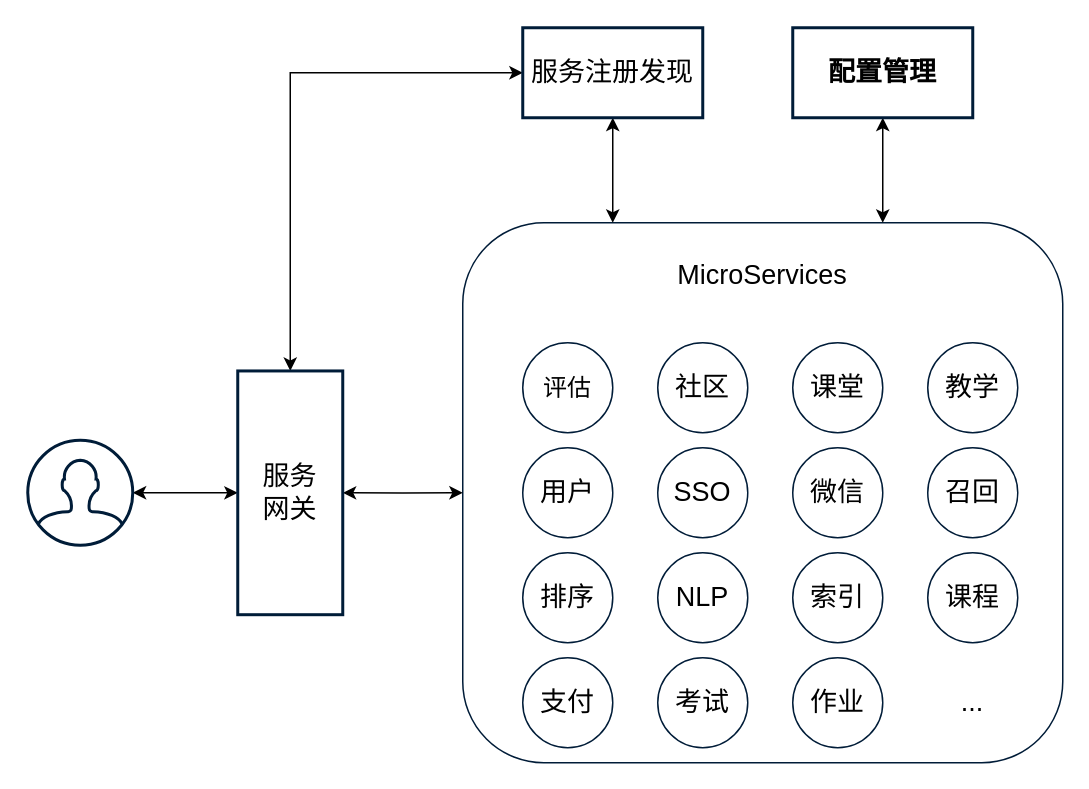
WWj5921/ConfigCenter keeps this draw.io diagram as page "microservice" (4 of 4) of structure.drawio. Above is the earlier version. Source tidied: cells renumbered, new cells numbered last; positions are measured from the earlier drawing's top-left corner, leaving out a move shared by most shapes. Both pictures are drawn from the tidied source at 150%, with x=0, y=0 at pixel (27, 27).
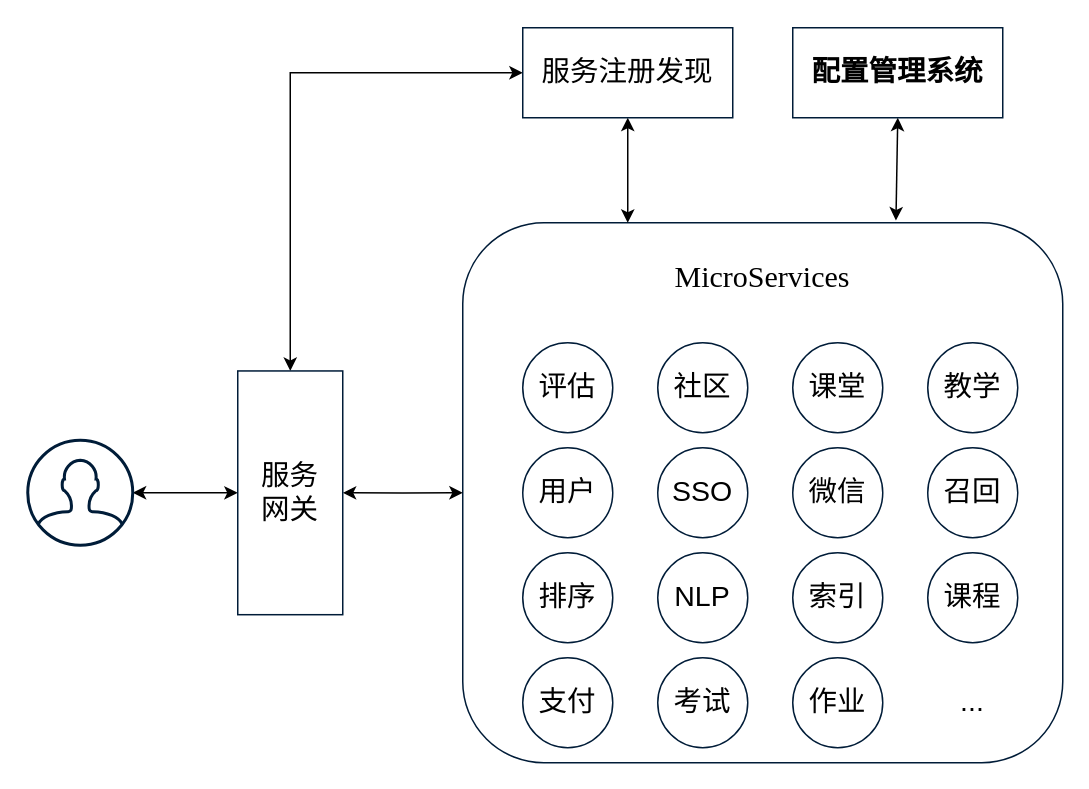
Above is the later version.

Diff of the diagram source:
```diff
@@
-    <mxCell id="2" style="edgeStyle=orthogonalEdgeStyle;rounded=0;jettySize=auto;html=1;entryX=0;entryY=0.5;entryDx=0;entryDy=0;fontSize=18;startArrow=classic;startFill=1;" parent="1" edge="1" source="3" target="11">
+    <mxCell id="2" style="edgeStyle=orthogonalEdgeStyle;rounded=0;jettySize=auto;html=1;entryX=0;entryY=0.5;entryDx=0;entryDy=0;fontSize=18;startArrow=classic;startFill=1;fontFamily=华文宋体;" parent="1" edge="1" source="3" target="11">
       <mxGeometry relative="1" as="geometry" />
     </mxCell>
-    <mxCell id="3" style="html=1;verticalLabelPosition=bottom;align=center;labelBackgroundColor=#ffffff;verticalAlign=top;strokeWidth=2;strokeColor=#001C38;shadow=0;dashed=0;shape=mxgraph.ios7.icons.user;" parent="1" vertex="1">
+    <mxCell id="3" style="html=1;verticalLabelPosition=bottom;align=center;labelBackgroundColor=#ffffff;verticalAlign=top;strokeWidth=2;strokeColor=#001C38;shadow=0;dashed=0;shape=mxgraph.ios7.icons.user;fontFamily=华文宋体;" parent="1" vertex="1">
       <mxGeometry y="275" width="70" height="70" as="geometry" />
     </mxCell>
-    <mxCell id="4" style="rounded=1;whiteSpace=wrap;html=1;strokeColor=#001C38;" parent="1" vertex="1">
+    <mxCell id="4" style="rounded=1;whiteSpace=wrap;html=1;strokeColor=#001C38;fontFamily=华文宋体;" parent="1" vertex="1">
       <mxGeometry x="290" y="130" width="400" height="360" as="geometry" />
     </mxCell>
+    <mxCell id="6" style="edgeStyle=orthogonalEdgeStyle;rounded=0;jettySize=auto;html=1;entryX=0.5;entryY=0;entryDx=0;entryDy=0;fontSize=18;startArrow=classic;startFill=1;fontFamily=华文宋体;" parent="1" edge="1" source="7" target="11">
+      <mxGeometry relative="1" as="geometry" />
+    </mxCell>
-    <mxCell id="5" style="edgeStyle=orthogonalEdgeStyle;rounded=0;jettySize=auto;html=1;exitX=0.5;exitY=1;exitDx=0;exitDy=0;entryX=0.25;entryY=0;entryDx=0;entryDy=0;fontSize=18;startArrow=classic;startFill=1;" parent="1" edge="1" source="7" target="4">
+    <mxCell id="5" style="edgeStyle=none;rounded=0;jettySize=auto;html=1;exitX=0.5;exitY=1;exitDx=0;exitDy=0;entryX=0.275;entryY=0;entryDx=0;entryDy=0;entryPerimeter=0;fontFamily=Times New Roman;fontSize=19;startArrow=classic;startFill=1;endArrow=classic;endFill=1;strokeColor=#000000;strokeWidth=1;" parent="1" edge="1" source="7" target="4">
       <mxGeometry relative="1" as="geometry" />
     </mxCell>
-    <mxCell id="6" style="edgeStyle=orthogonalEdgeStyle;rounded=0;jettySize=auto;html=1;entryX=0.5;entryY=0;entryDx=0;entryDy=0;fontSize=18;startArrow=classic;startFill=1;" parent="1" edge="1" source="7" target="11">
-      <mxGeometry relative="1" as="geometry" />
-    </mxCell>
-    <mxCell id="7" value="&lt;font style=&quot;font-size: 18px&quot;&gt;服务注册发现&lt;/font&gt;" style="rounded=0;whiteSpace=wrap;html=1;strokeColor=#001C38;strokeWidth=2;" parent="1" vertex="1">
-      <mxGeometry x="330" width="120" height="60" as="geometry" />
+    <mxCell id="7" value="&lt;font style=&quot;font-size: 19px;&quot;&gt;服务注册发现&lt;/font&gt;" style="rounded=0;whiteSpace=wrap;html=1;strokeColor=#001C38;strokeWidth=1;fontSize=19;fontFamily=华文宋体;" parent="1" vertex="1">
+      <mxGeometry x="330" width="140" height="60" as="geometry" />
     </mxCell>
-    <mxCell id="8" style="edgeStyle=orthogonalEdgeStyle;rounded=0;jettySize=auto;html=1;entryX=0.7;entryY=0;entryDx=0;entryDy=0;entryPerimeter=0;fontSize=18;startArrow=classic;startFill=1;" parent="1" edge="1" source="9" target="4">
+    <mxCell id="8" style="edgeStyle=none;rounded=0;jettySize=auto;html=1;exitX=0.5;exitY=1;exitDx=0;exitDy=0;entryX=0.722;entryY=-0.004;entryDx=0;entryDy=0;entryPerimeter=0;fontFamily=Times New Roman;fontSize=19;startArrow=classic;startFill=1;endArrow=classic;endFill=1;strokeColor=#000000;strokeWidth=1;" parent="1" edge="1" source="9" target="4">
       <mxGeometry relative="1" as="geometry" />
     </mxCell>
-    <mxCell id="9" value="&lt;font style=&quot;font-size: 18px&quot;&gt;配置管理&lt;/font&gt;" style="rounded=0;whiteSpace=wrap;html=1;strokeColor=#001C38;fontStyle=1;strokeWidth=2;" parent="1" vertex="1">
-      <mxGeometry x="510" width="120" height="60" as="geometry" />
+    <mxCell id="9" value="&lt;font style=&quot;font-size: 19px&quot;&gt;配置管理系统&lt;/font&gt;" style="rounded=0;whiteSpace=wrap;html=1;strokeColor=#001C38;fontStyle=1;strokeWidth=1;fontSize=19;fontFamily=华文宋体;" parent="1" vertex="1">
+      <mxGeometry x="510" width="140" height="60" as="geometry" />
     </mxCell>
-    <mxCell id="10" style="edgeStyle=orthogonalEdgeStyle;rounded=0;jettySize=auto;html=1;exitX=1;exitY=0.5;exitDx=0;exitDy=0;entryX=0;entryY=0.5;entryDx=0;entryDy=0;fontSize=18;startArrow=classic;startFill=1;" parent="1" edge="1" source="11" target="4">
+    <mxCell id="10" style="edgeStyle=orthogonalEdgeStyle;rounded=0;jettySize=auto;html=1;exitX=1;exitY=0.5;exitDx=0;exitDy=0;entryX=0;entryY=0.5;entryDx=0;entryDy=0;fontSize=18;startArrow=classic;startFill=1;fontFamily=华文宋体;" parent="1" edge="1" source="11" target="4">
       <mxGeometry relative="1" as="geometry" />
     </mxCell>
-    <mxCell id="11" value="&lt;font style=&quot;font-size: 18px&quot;&gt;服务&lt;br&gt;网关&lt;/font&gt;" style="rounded=0;whiteSpace=wrap;html=1;strokeColor=#001C38;strokeWidth=2;" parent="1" vertex="1">
+    <mxCell id="11" value="&lt;font style=&quot;font-size: 19px;&quot;&gt;服务&lt;br style=&quot;font-size: 19px;&quot;&gt;网关&lt;/font&gt;" style="rounded=0;whiteSpace=wrap;html=1;strokeColor=#001C38;strokeWidth=1;fontSize=19;fontFamily=华文宋体;" parent="1" vertex="1">
       <mxGeometry x="140" y="228.8" width="70" height="162.5" as="geometry" />
     </mxCell>
-    <mxCell id="12" value="&lt;span style=&quot;font-size: 16px&quot;&gt;评估&lt;/span&gt;" style="ellipse;whiteSpace=wrap;html=1;fontSize=18;strokeColor=#001C38;" parent="1" vertex="1">
+    <mxCell id="12" value="&lt;span style=&quot;font-size: 19px;&quot;&gt;评估&lt;/span&gt;" style="ellipse;whiteSpace=wrap;html=1;fontSize=19;strokeColor=#001C38;fontFamily=华文宋体;" parent="1" vertex="1">
       <mxGeometry x="330" y="210" width="60" height="60" as="geometry" />
     </mxCell>
-    <mxCell id="13" value="社区" style="ellipse;whiteSpace=wrap;html=1;fontSize=18;strokeColor=#001C38;" parent="1" vertex="1">
+    <mxCell id="13" value="社区" style="ellipse;whiteSpace=wrap;html=1;fontSize=19;strokeColor=#001C38;fontFamily=华文宋体;" parent="1" vertex="1">
       <mxGeometry x="420" y="210" width="60" height="60" as="geometry" />
     </mxCell>
-    <mxCell id="14" value="课堂" style="ellipse;whiteSpace=wrap;html=1;fontSize=18;strokeColor=#001C38;" parent="1" vertex="1">
+    <mxCell id="14" value="课堂" style="ellipse;whiteSpace=wrap;html=1;fontSize=19;strokeColor=#001C38;fontFamily=华文宋体;" parent="1" vertex="1">
       <mxGeometry x="510" y="210" width="60" height="60" as="geometry" />
     </mxCell>
-    <mxCell id="15" value="教学" style="ellipse;whiteSpace=wrap;html=1;fontSize=18;strokeColor=#001C38;" parent="1" vertex="1">
+    <mxCell id="15" value="教学" style="ellipse;whiteSpace=wrap;html=1;fontSize=19;strokeColor=#001C38;fontFamily=华文宋体;" parent="1" vertex="1">
       <mxGeometry x="600" y="210" width="60" height="60" as="geometry" />
     </mxCell>
-    <mxCell id="16" value="用户" style="ellipse;whiteSpace=wrap;html=1;fontSize=18;strokeColor=#001C38;" parent="1" vertex="1">
+    <mxCell id="16" value="用户" style="ellipse;whiteSpace=wrap;html=1;fontSize=19;strokeColor=#001C38;fontFamily=华文宋体;" parent="1" vertex="1">
       <mxGeometry x="330" y="280" width="60" height="60" as="geometry" />
     </mxCell>
-    <mxCell id="17" value="SSO" style="ellipse;whiteSpace=wrap;html=1;fontSize=18;strokeColor=#001C38;" parent="1" vertex="1">
+    <mxCell id="17" value="SSO" style="ellipse;whiteSpace=wrap;html=1;fontSize=19;strokeColor=#001C38;fontFamily=华文宋体;" parent="1" vertex="1">
       <mxGeometry x="420" y="280" width="60" height="60" as="geometry" />
     </mxCell>
-    <mxCell id="18" value="微信" style="ellipse;whiteSpace=wrap;html=1;fontSize=18;strokeColor=#001C38;" parent="1" vertex="1">
+    <mxCell id="18" value="微信" style="ellipse;whiteSpace=wrap;html=1;fontSize=19;strokeColor=#001C38;fontFamily=华文宋体;" parent="1" vertex="1">
       <mxGeometry x="510" y="280" width="60" height="60" as="geometry" />
     </mxCell>
-    <mxCell id="19" value="召回" style="ellipse;whiteSpace=wrap;html=1;fontSize=18;strokeColor=#001C38;" parent="1" vertex="1">
+    <mxCell id="19" value="召回" style="ellipse;whiteSpace=wrap;html=1;fontSize=19;strokeColor=#001C38;fontFamily=华文宋体;" parent="1" vertex="1">
       <mxGeometry x="600" y="280" width="60" height="60" as="geometry" />
     </mxCell>
-    <mxCell id="20" value="排序" style="ellipse;whiteSpace=wrap;html=1;fontSize=18;strokeColor=#001C38;" parent="1" vertex="1">
+    <mxCell id="20" value="排序" style="ellipse;whiteSpace=wrap;html=1;fontSize=19;strokeColor=#001C38;fontFamily=华文宋体;" parent="1" vertex="1">
       <mxGeometry x="330" y="350" width="60" height="60" as="geometry" />
     </mxCell>
-    <mxCell id="21" value="NLP" style="ellipse;whiteSpace=wrap;html=1;fontSize=18;strokeColor=#001C38;" parent="1" vertex="1">
+    <mxCell id="21" value="NLP" style="ellipse;whiteSpace=wrap;html=1;fontSize=19;strokeColor=#001C38;fontFamily=华文宋体;" parent="1" vertex="1">
       <mxGeometry x="420" y="350" width="60" height="60" as="geometry" />
     </mxCell>
-    <mxCell id="22" value="索引" style="ellipse;whiteSpace=wrap;html=1;fontSize=18;strokeColor=#001C38;" parent="1" vertex="1">
+    <mxCell id="22" value="索引" style="ellipse;whiteSpace=wrap;html=1;fontSize=19;strokeColor=#001C38;fontFamily=华文宋体;" parent="1" vertex="1">
       <mxGeometry x="510" y="350" width="60" height="60" as="geometry" />
     </mxCell>
-    <mxCell id="23" value="课程" style="ellipse;whiteSpace=wrap;html=1;fontSize=18;strokeColor=#001C38;" parent="1" vertex="1">
+    <mxCell id="23" value="课程" style="ellipse;whiteSpace=wrap;html=1;fontSize=19;strokeColor=#001C38;fontFamily=华文宋体;" parent="1" vertex="1">
       <mxGeometry x="600" y="350" width="60" height="60" as="geometry" />
     </mxCell>
-    <mxCell id="24" value="支付" style="ellipse;whiteSpace=wrap;html=1;fontSize=18;strokeColor=#001C38;" parent="1" vertex="1">
+    <mxCell id="24" value="支付" style="ellipse;whiteSpace=wrap;html=1;fontSize=19;strokeColor=#001C38;fontFamily=华文宋体;" parent="1" vertex="1">
       <mxGeometry x="330" y="420" width="60" height="60" as="geometry" />
     </mxCell>
-    <mxCell id="25" value="考试" style="ellipse;whiteSpace=wrap;html=1;fontSize=18;strokeColor=#001C38;" parent="1" vertex="1">
+    <mxCell id="25" value="考试" style="ellipse;whiteSpace=wrap;html=1;fontSize=19;strokeColor=#001C38;fontFamily=华文宋体;" parent="1" vertex="1">
       <mxGeometry x="420" y="420" width="60" height="60" as="geometry" />
     </mxCell>
-    <mxCell id="26" value="作业" style="ellipse;whiteSpace=wrap;html=1;fontSize=18;strokeColor=#001C38;" parent="1" vertex="1">
+    <mxCell id="26" value="作业" style="ellipse;whiteSpace=wrap;html=1;fontSize=19;strokeColor=#001C38;fontFamily=华文宋体;" parent="1" vertex="1">
       <mxGeometry x="510" y="420" width="60" height="60" as="geometry" />
     </mxCell>
-    <mxCell id="27" value="MicroServices" style="text;html=1;strokeColor=none;fillColor=none;align=center;verticalAlign=middle;whiteSpace=wrap;rounded=0;fontSize=18;" parent="1" vertex="1">
+    <mxCell id="27" value="MicroServices" style="text;html=1;strokeColor=none;fillColor=none;align=center;verticalAlign=middle;whiteSpace=wrap;rounded=0;fontSize=20;fontFamily=Times New Roman;" parent="1" vertex="1">
       <mxGeometry x="420" y="150" width="140" height="30" as="geometry" />
     </mxCell>
-    <mxCell id="28" value="&lt;font style=&quot;font-size: 18px&quot;&gt;...&lt;/font&gt;" style="text;html=1;strokeColor=none;fillColor=none;align=center;verticalAlign=middle;whiteSpace=wrap;rounded=0;fontSize=11;" parent="1" vertex="1">
+    <mxCell id="28" value="&lt;font style=&quot;font-size: 19px;&quot;&gt;...&lt;/font&gt;" style="text;html=1;strokeColor=none;fillColor=none;align=center;verticalAlign=middle;whiteSpace=wrap;rounded=0;fontSize=19;fontFamily=华文宋体;" parent="1" vertex="1">
       <mxGeometry x="600" y="435" width="60" height="30" as="geometry" />
     </mxCell>
```
